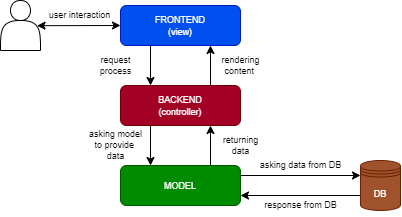
alessandropanzieri/GSS-Exprivia-project keeps this draw.io diagram as documentation/model view controller diagram/model view controller diagram.png. Above is the earlier version. Source tidied: cells renumbered, new cells last; positions are measured from the earlier drawing's top-left corner, leaving out a move shared by most shapes. Source of this version:
```xml
<mxGraphModel background="#ffffff">
  <root>
    <mxCell id="0" />
    <mxCell id="1" parent="0" />
    <mxCell id="2" style="shape=actor;whiteSpace=wrap;html=1;fillColor=#FFFFFF;strokeColor=#000000;" parent="1" vertex="1">
      <mxGeometry width="40" height="50" as="geometry" />
    </mxCell>
    <mxCell id="3" style="endArrow=classic;startArrow=classic;html=1;strokeColor=#000000;entryX=0;entryY=0.5;entryDx=0;entryDy=0;exitX=0.028;exitY=1.009;exitDx=0;exitDy=0;exitPerimeter=0;" parent="1" edge="1" source="18" target="5">
      <mxGeometry relative="1" as="geometry" />
    </mxCell>
    <mxCell id="4" style="edgeStyle=none;html=1;exitX=0.25;exitY=1;exitDx=0;exitDy=0;entryX=0.25;entryY=0;entryDx=0;entryDy=0;labelBackgroundColor=none;strokeColor=#000000;fontColor=#FFFFFF;" parent="1" edge="1" source="5" target="8">
      <mxGeometry relative="1" as="geometry" />
    </mxCell>
    <mxCell id="5" value="&lt;p style=&quot;line-height: 90%;&quot;&gt;&lt;font style=&quot;font-size: 9px;&quot;&gt;FRONTEND&lt;br&gt;(view)&lt;/font&gt;&lt;/p&gt;" style="rounded=1;whiteSpace=wrap;html=1;fillColor=#0050ef;strokeColor=#001DBC;fontColor=#ffffff;" parent="1" vertex="1">
      <mxGeometry x="120" y="5" width="120" height="40" as="geometry" />
    </mxCell>
    <mxCell id="6" style="edgeStyle=none;html=1;exitX=0.25;exitY=1;exitDx=0;exitDy=0;entryX=0.25;entryY=0;entryDx=0;entryDy=0;labelBackgroundColor=none;strokeColor=#000000;fontColor=#FFFFFF;" parent="1" edge="1" source="8" target="13">
      <mxGeometry relative="1" as="geometry" />
    </mxCell>
    <mxCell id="7" style="edgeStyle=none;html=1;exitX=0.75;exitY=0;exitDx=0;exitDy=0;entryX=0.75;entryY=1;entryDx=0;entryDy=0;labelBackgroundColor=none;strokeColor=#000000;fontSize=9;fontColor=#FFFFFF;" parent="1" edge="1" source="8" target="5">
      <mxGeometry relative="1" as="geometry" />
    </mxCell>
    <mxCell id="8" value="&lt;p style=&quot;line-height: 90%;&quot;&gt;&lt;font style=&quot;font-size: 9px;&quot;&gt;BACKEND&lt;br&gt;(controller)&lt;/font&gt;&lt;/p&gt;" style="rounded=1;whiteSpace=wrap;html=1;fillColor=#a20025;strokeColor=#6F0000;fontColor=#ffffff;" parent="1" vertex="1">
      <mxGeometry x="120" y="85" width="120" height="40" as="geometry" />
    </mxCell>
    <mxCell id="9" style="edgeStyle=none;html=1;exitX=0;exitY=0.7;exitDx=0;exitDy=0;entryX=1;entryY=0.75;entryDx=0;entryDy=0;labelBackgroundColor=none;strokeColor=#000000;fontColor=#FFFFFF;" parent="1" edge="1" source="10" target="13">
      <mxGeometry relative="1" as="geometry" />
    </mxCell>
    <mxCell id="10" value="&lt;font style=&quot;font-size: 9px;&quot;&gt;DB&lt;/font&gt;" style="shape=datastore;whiteSpace=wrap;html=1;labelBackgroundColor=none;fillColor=#a0522d;strokeColor=#6D1F00;fontColor=#ffffff;align=center;" parent="1" vertex="1">
      <mxGeometry x="360" y="160" width="40" height="50" as="geometry" />
    </mxCell>
    <mxCell id="11" style="edgeStyle=none;html=1;exitX=0.75;exitY=0;exitDx=0;exitDy=0;entryX=0.75;entryY=1;entryDx=0;entryDy=0;labelBackgroundColor=none;strokeColor=#000000;fontColor=#FFFFFF;" parent="1" edge="1" source="13" target="8">
      <mxGeometry relative="1" as="geometry" />
    </mxCell>
    <mxCell id="12" style="edgeStyle=none;html=1;exitX=1;exitY=0.25;exitDx=0;exitDy=0;entryX=0;entryY=0.3;entryDx=0;entryDy=0;labelBackgroundColor=none;strokeColor=#000000;fontColor=#FFFFFF;" parent="1" edge="1" source="13" target="10">
      <mxGeometry relative="1" as="geometry" />
    </mxCell>
    <mxCell id="13" value="&lt;font style=&quot;font-size: 9px;&quot;&gt;MODEL&lt;/font&gt;" style="rounded=1;whiteSpace=wrap;html=1;labelBackgroundColor=none;fillColor=#008a00;strokeColor=#005700;fontColor=#ffffff;" parent="1" vertex="1">
      <mxGeometry x="120" y="165" width="120" height="40" as="geometry" />
    </mxCell>
    <mxCell id="14" value="returning &lt;br style=&quot;font-size: 9px;&quot;&gt;data" style="text;html=1;align=center;verticalAlign=middle;strokeColor=none;fillColor=none;fontColor=#000000;fontSize=9;" parent="1" vertex="1">
      <mxGeometry x="210" y="125" width="60" height="40" as="geometry" />
    </mxCell>
    <mxCell id="15" value="asking model&lt;br style=&quot;font-size: 9px;&quot;&gt;to provide&amp;nbsp;&lt;br style=&quot;font-size: 9px;&quot;&gt;data" style="text;html=1;align=center;verticalAlign=middle;strokeColor=none;fillColor=none;fontColor=#000000;fontSize=9;" parent="1" vertex="1">
      <mxGeometry x="75" y="120" width="80" height="50" as="geometry" />
    </mxCell>
    <mxCell id="16" value="request&lt;br style=&quot;font-size: 9px;&quot;&gt;process" style="text;html=1;align=center;verticalAlign=middle;strokeColor=none;fillColor=none;fontColor=#000000;fontSize=9;" parent="1" vertex="1">
      <mxGeometry x="85" y="45" width="60" height="40" as="geometry" />
    </mxCell>
    <mxCell id="17" value="rendering&lt;br style=&quot;font-size: 9px;&quot;&gt;content&amp;nbsp;" style="text;html=1;align=center;verticalAlign=middle;strokeColor=none;fillColor=none;fontColor=#000000;fontSize=9;" parent="1" vertex="1">
      <mxGeometry x="210" y="45" width="60" height="40" as="geometry" />
    </mxCell>
    <mxCell id="18" value="user interaction" style="text;html=1;align=center;verticalAlign=middle;points=[];strokeColor=none;fillColor=none;fontColor=#000000;strokeWidth=1;fontSize=9;" parent="1" vertex="1">
      <mxGeometry x="34" y="5" width="90" height="20" as="geometry" />
    </mxCell>
    <mxCell id="19" value="response from DB" style="text;html=1;align=center;verticalAlign=middle;strokeColor=none;fillColor=none;fontColor=#000000;fontSize=9;" parent="1" vertex="1">
      <mxGeometry x="250" y="195" width="100" height="20" as="geometry" />
    </mxCell>
    <mxCell id="20" value="&lt;p style=&quot;line-height: 110%;&quot;&gt;&lt;font style=&quot;font-size: 9px;&quot;&gt;asking data from DB&lt;/font&gt;&lt;/p&gt;" style="text;html=1;align=center;verticalAlign=middle;strokeColor=none;fillColor=none;fontColor=#000000;" parent="1" vertex="1">
      <mxGeometry x="245" y="140" width="110" height="50" as="geometry" />
    </mxCell>
  </root>
</mxGraphModel>
```
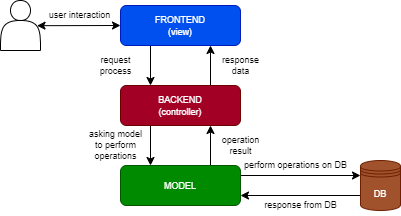
After the change.

Commit message:
edit model view controller diagram

What changed in the source:
```diff
@@ -38,16 +38,16 @@
     <mxCell id="13" value="&lt;font style=&quot;font-size: 9px;&quot;&gt;MODEL&lt;/font&gt;" style="rounded=1;whiteSpace=wrap;html=1;labelBackgroundColor=none;fillColor=#008a00;strokeColor=#005700;fontColor=#ffffff;" parent="1" vertex="1">
       <mxGeometry x="120" y="165" width="120" height="40" as="geometry" />
     </mxCell>
-    <mxCell id="14" value="returning &lt;br style=&quot;font-size: 9px;&quot;&gt;data" style="text;html=1;align=center;verticalAlign=middle;strokeColor=none;fillColor=none;fontColor=#000000;fontSize=9;" parent="1" vertex="1">
+    <mxCell id="14" value="operation&lt;br&gt;result" style="text;html=1;align=center;verticalAlign=middle;strokeColor=none;fillColor=none;fontColor=#000000;fontSize=9;" parent="1" vertex="1">
       <mxGeometry x="210" y="125" width="60" height="40" as="geometry" />
     </mxCell>
-    <mxCell id="15" value="asking model&lt;br style=&quot;font-size: 9px;&quot;&gt;to provide&amp;nbsp;&lt;br style=&quot;font-size: 9px;&quot;&gt;data" style="text;html=1;align=center;verticalAlign=middle;strokeColor=none;fillColor=none;fontColor=#000000;fontSize=9;" parent="1" vertex="1">
+    <mxCell id="15" value="asking model&lt;br style=&quot;font-size: 9px;&quot;&gt;to perform&lt;br&gt;operations" style="text;html=1;align=center;verticalAlign=middle;strokeColor=none;fillColor=none;fontColor=#000000;fontSize=9;" parent="1" vertex="1">
       <mxGeometry x="75" y="120" width="80" height="50" as="geometry" />
     </mxCell>
     <mxCell id="16" value="request&lt;br style=&quot;font-size: 9px;&quot;&gt;process" style="text;html=1;align=center;verticalAlign=middle;strokeColor=none;fillColor=none;fontColor=#000000;fontSize=9;" parent="1" vertex="1">
       <mxGeometry x="85" y="45" width="60" height="40" as="geometry" />
     </mxCell>
-    <mxCell id="17" value="rendering&lt;br style=&quot;font-size: 9px;&quot;&gt;content&amp;nbsp;" style="text;html=1;align=center;verticalAlign=middle;strokeColor=none;fillColor=none;fontColor=#000000;fontSize=9;" parent="1" vertex="1">
+    <mxCell id="17" value="response&lt;br&gt;data" style="text;html=1;align=center;verticalAlign=middle;strokeColor=none;fillColor=none;fontColor=#000000;fontSize=9;" parent="1" vertex="1">
       <mxGeometry x="210" y="45" width="60" height="40" as="geometry" />
     </mxCell>
     <mxCell id="18" value="user interaction" style="text;html=1;align=center;verticalAlign=middle;points=[];strokeColor=none;fillColor=none;fontColor=#000000;strokeWidth=1;fontSize=9;" parent="1" vertex="1">
@@ -56,8 +56,8 @@
     <mxCell id="19" value="response from DB" style="text;html=1;align=center;verticalAlign=middle;strokeColor=none;fillColor=none;fontColor=#000000;fontSize=9;" parent="1" vertex="1">
       <mxGeometry x="250" y="195" width="100" height="20" as="geometry" />
     </mxCell>
-    <mxCell id="20" value="&lt;p style=&quot;line-height: 110%;&quot;&gt;&lt;font style=&quot;font-size: 9px;&quot;&gt;asking data from DB&lt;/font&gt;&lt;/p&gt;" style="text;html=1;align=center;verticalAlign=middle;strokeColor=none;fillColor=none;fontColor=#000000;" parent="1" vertex="1">
-      <mxGeometry x="245" y="140" width="110" height="50" as="geometry" />
+    <mxCell id="20" value="&lt;p style=&quot;line-height: 110%;&quot;&gt;&lt;font style=&quot;font-size: 9px;&quot;&gt;perform operations on DB&lt;/font&gt;&lt;/p&gt;" style="text;html=1;align=center;verticalAlign=middle;strokeColor=none;fillColor=none;fontColor=#000000;" parent="1" vertex="1">
+      <mxGeometry x="230" y="140" width="130" height="50" as="geometry" />
     </mxCell>
   </root>
 </mxGraphModel>
```
